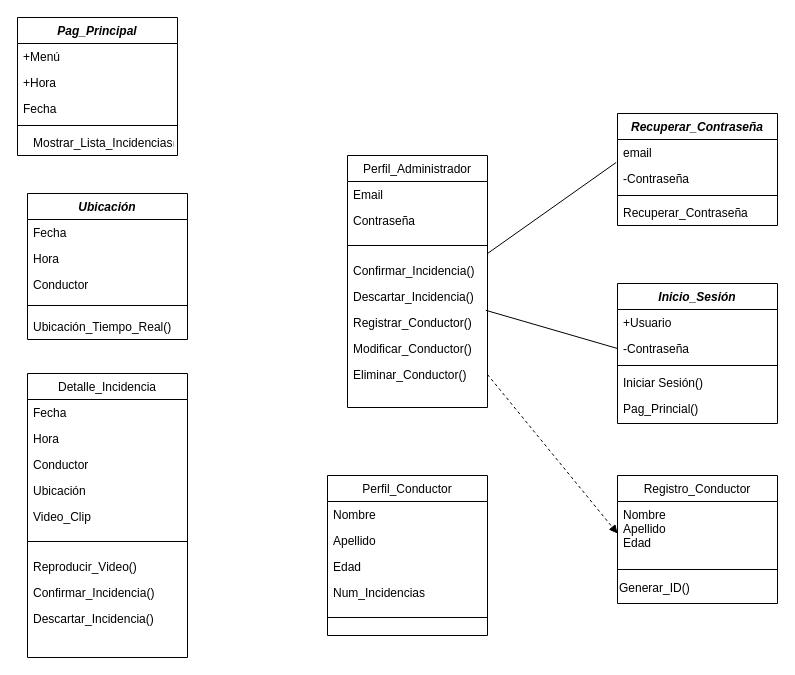
Above: diagrama_clases_aw.drawio in alangamboa97/TT (draw.io), before the change. Source tidied: cells renumbered, new cells numbered last; positions are measured from the earlier drawing's top-left corner, leaving out a move shared by most shapes. Both pictures are drawn from the tidied source at 100%, with x=0, y=0 at pixel (17, 17).
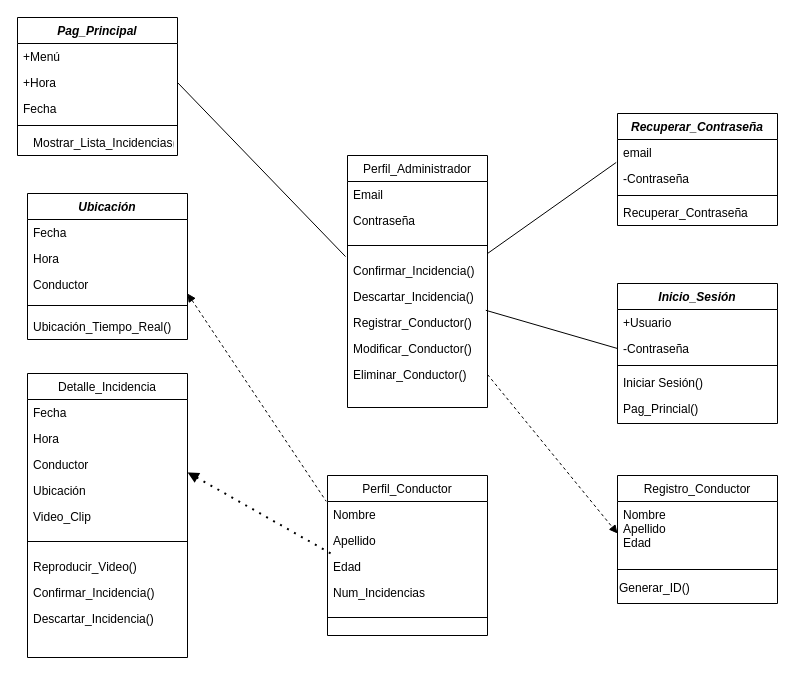
Above is the later version.

Unchanged cells that the change refers to:
```xml
<mxCell id="4" value="+Hora" style="text;align=left;verticalAlign=top;spacingLeft=4;spacingRight=4;overflow=hidden;points=[[0,0.5],[1,0.5]];portConstraint=eastwest;rounded=0;shadow=0;html=0;" parent="2" vertex="1">
  <mxGeometry y="52" width="160" height="26" as="geometry" />
</mxCell>
<mxCell id="11" value="Conductor" style="text;align=left;verticalAlign=top;spacingLeft=4;spacingRight=4;overflow=hidden;points=[[0,0.5],[1,0.5]];portConstraint=eastwest;rounded=0;shadow=0;html=0;" parent="8" vertex="1">
  <mxGeometry y="78" width="160" height="26" as="geometry" />
</mxCell>
<mxCell id="29" value="Nombre" style="text;align=left;verticalAlign=top;spacingLeft=4;spacingRight=4;overflow=hidden;points=[[0,0.5],[1,0.5]];portConstraint=eastwest;" parent="28" vertex="1">
  <mxGeometry y="26" width="160" height="26" as="geometry" />
</mxCell>
<mxCell id="31" value="Edad" style="text;align=left;verticalAlign=top;spacingLeft=4;spacingRight=4;overflow=hidden;points=[[0,0.5],[1,0.5]];portConstraint=eastwest;rounded=0;shadow=0;html=0;" parent="28" vertex="1">
  <mxGeometry y="78" width="160" height="26" as="geometry" />
</mxCell>
<mxCell id="37" value="Conductor" style="text;align=left;verticalAlign=top;spacingLeft=4;spacingRight=4;overflow=hidden;points=[[0,0.5],[1,0.5]];portConstraint=eastwest;rounded=0;shadow=0;html=0;" parent="34" vertex="1">
  <mxGeometry y="78" width="160" height="26" as="geometry" />
</mxCell>
<mxCell id="49" value="Confirmar_Incidencia()&#10;" style="text;align=left;verticalAlign=top;spacingLeft=4;spacingRight=4;overflow=hidden;points=[[0,0.5],[1,0.5]];portConstraint=eastwest;" parent="45" vertex="1">
  <mxGeometry y="102" width="140" height="26" as="geometry" />
</mxCell>
```

What changed in the source:
```diff
@@
+    <mxCell id="57" style="endArrow=none;html=1;rounded=0;exitX=1;exitY=0.5;exitDx=0;exitDy=0;entryX=-0.014;entryY=-0.035;entryDx=0;entryDy=0;entryPerimeter=0;" parent="1" edge="1" source="4" target="49">
+      <mxGeometry relative="1" as="geometry" />
+    </mxCell>
+    <mxCell id="58" style="endArrow=none;dashed=1;html=1;dashPattern=1 3;strokeWidth=2;rounded=0;entryX=0.036;entryY=0.051;entryDx=0;entryDy=0;entryPerimeter=0;exitX=1.001;exitY=0.803;exitDx=0;exitDy=0;exitPerimeter=0;startArrow=block;startFill=1;" parent="1" edge="1" source="11" target="31">
+      <mxGeometry relative="1" as="geometry" />
+    </mxCell>
+    <mxCell id="59" style="endArrow=none;html=1;rounded=0;entryX=-0.008;entryY=-0.007;entryDx=0;entryDy=0;entryPerimeter=0;exitX=1;exitY=0.846;exitDx=0;exitDy=0;exitPerimeter=0;dashed=1;startArrow=block;startFill=1;" parent="1" edge="1" source="37" target="29">
+      <mxGeometry relative="1" as="geometry" />
+    </mxCell>
```
